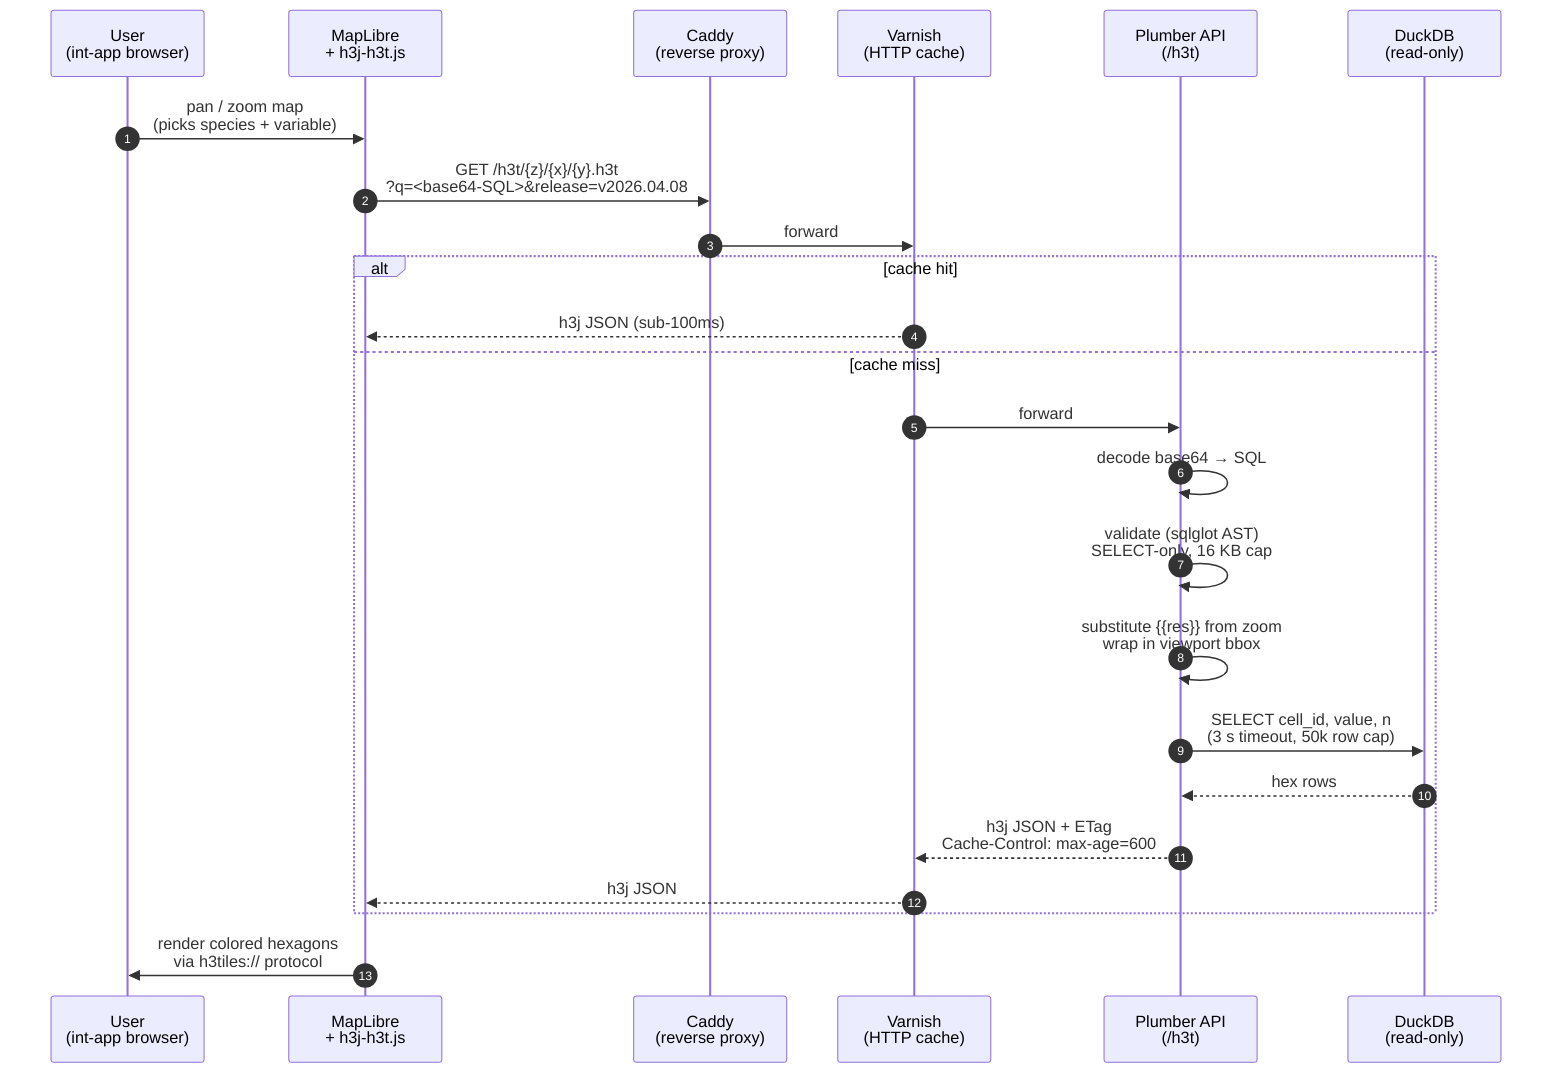
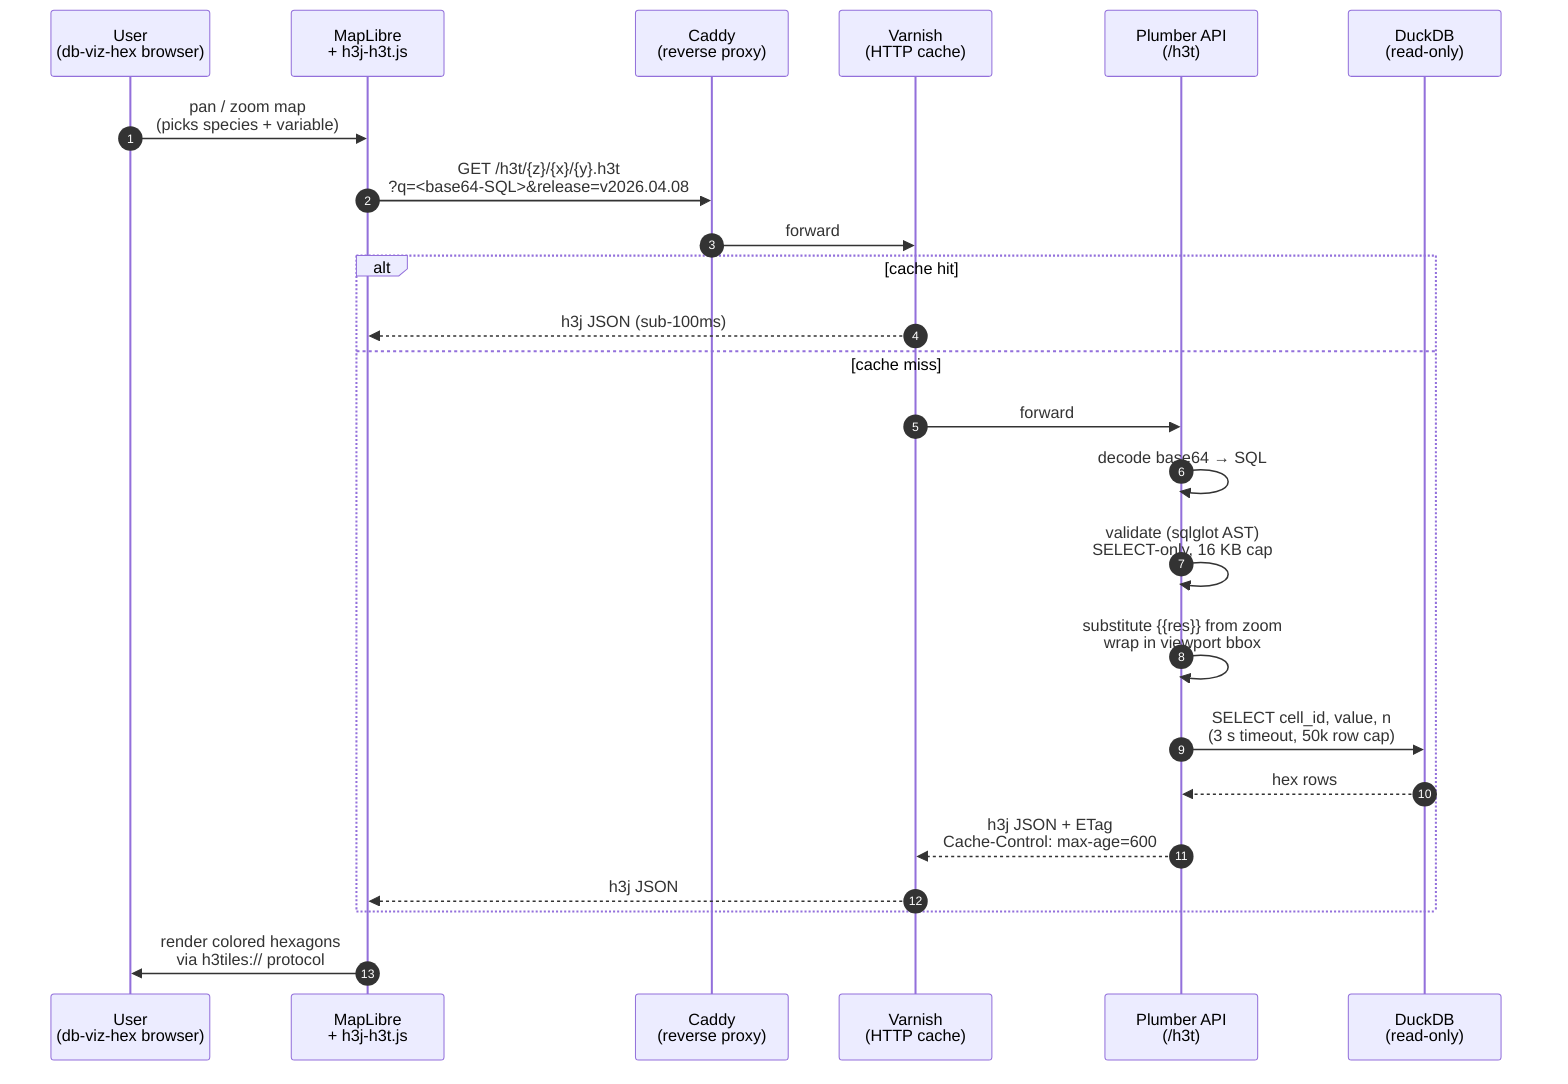
sequenceDiagram
  autonumber
-   participant U as User<br/>(int-app browser)
+   participant U as User<br/>(db-viz-hex browser)
  participant M as MapLibre<br/>+ h3j-h3t.js
  participant CD as Caddy<br/>(reverse proxy)
  participant V as Varnish<br/>(HTTP cache)
  participant API as Plumber API<br/>(/h3t)
  participant DB as DuckDB<br/>(read-only)

  U->>M: pan / zoom map<br/>(picks species + variable)
  M->>CD: GET /h3t/{z}/{x}/{y}.h3t<br/>?q=<base64-SQL>&release=v2026.04.08
  CD->>V: forward
  alt cache hit
    V-->>M: h3j JSON (sub-100ms)
  else cache miss
    V->>API: forward
    API->>API: decode base64 → SQL
    API->>API: validate (sqlglot AST)<br/>SELECT-only, 16 KB cap
    API->>API: substitute {{res}} from zoom<br/>wrap in viewport bbox
    API->>DB: SELECT cell_id, value, n<br/>(3 s timeout, 50k row cap)
    DB-->>API: hex rows
    API-->>V: h3j JSON + ETag<br/>Cache-Control: max-age=600
    V-->>M: h3j JSON
  end
  M->>U: render colored hexagons<br/>via h3tiles:// protocol
